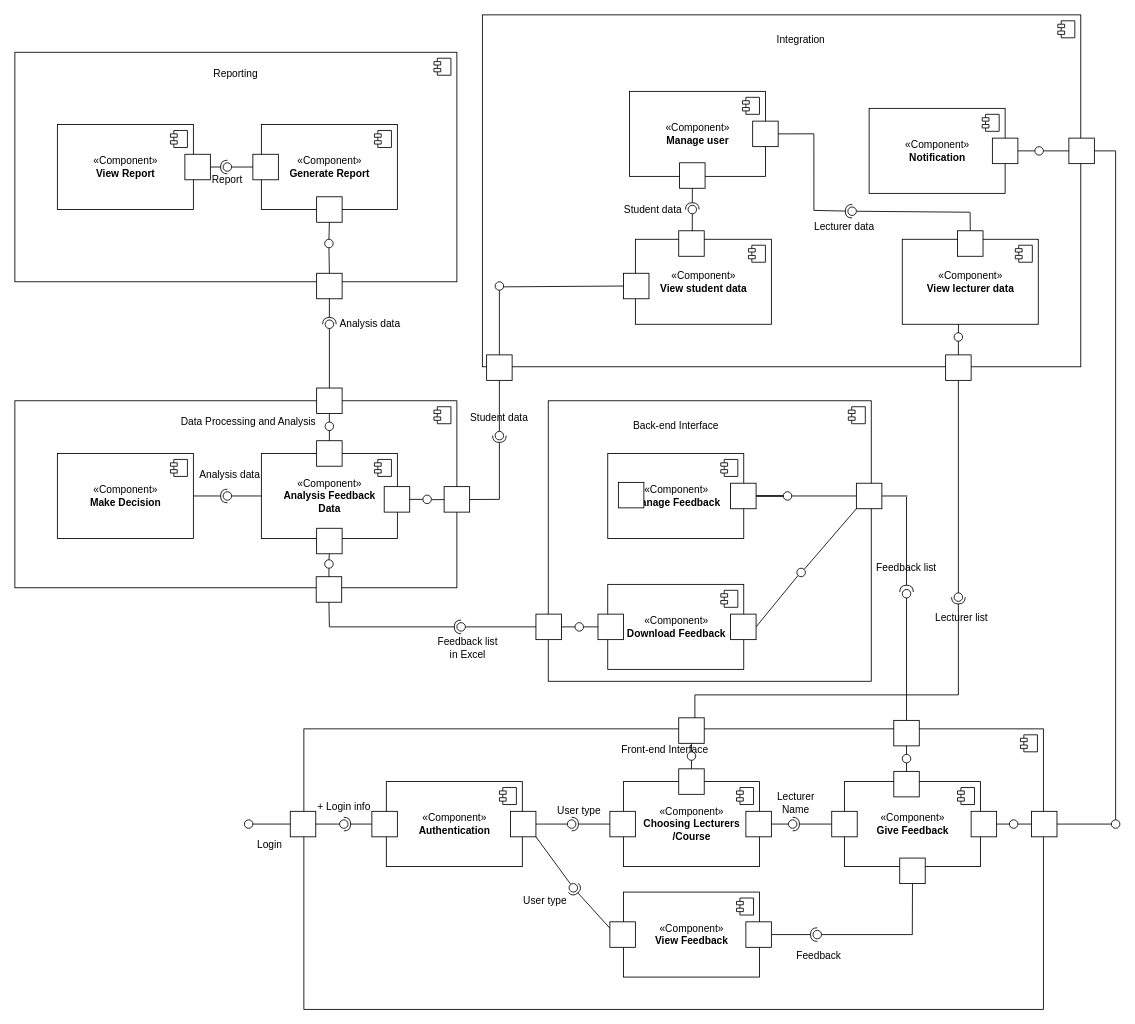
The draw.io diagram project/drawio/limapuluh/SDD - CD(new).drawio in drshahizan/software-engineering, before the edit. Source tidied: cells renumbered, new cells numbered last; positions are measured from the earlier drawing's top-left corner, leaving out a move shared by most shapes. Both pictures are drawn from the tidied source at 85%, with x=0, y=0 at pixel (14, 14).
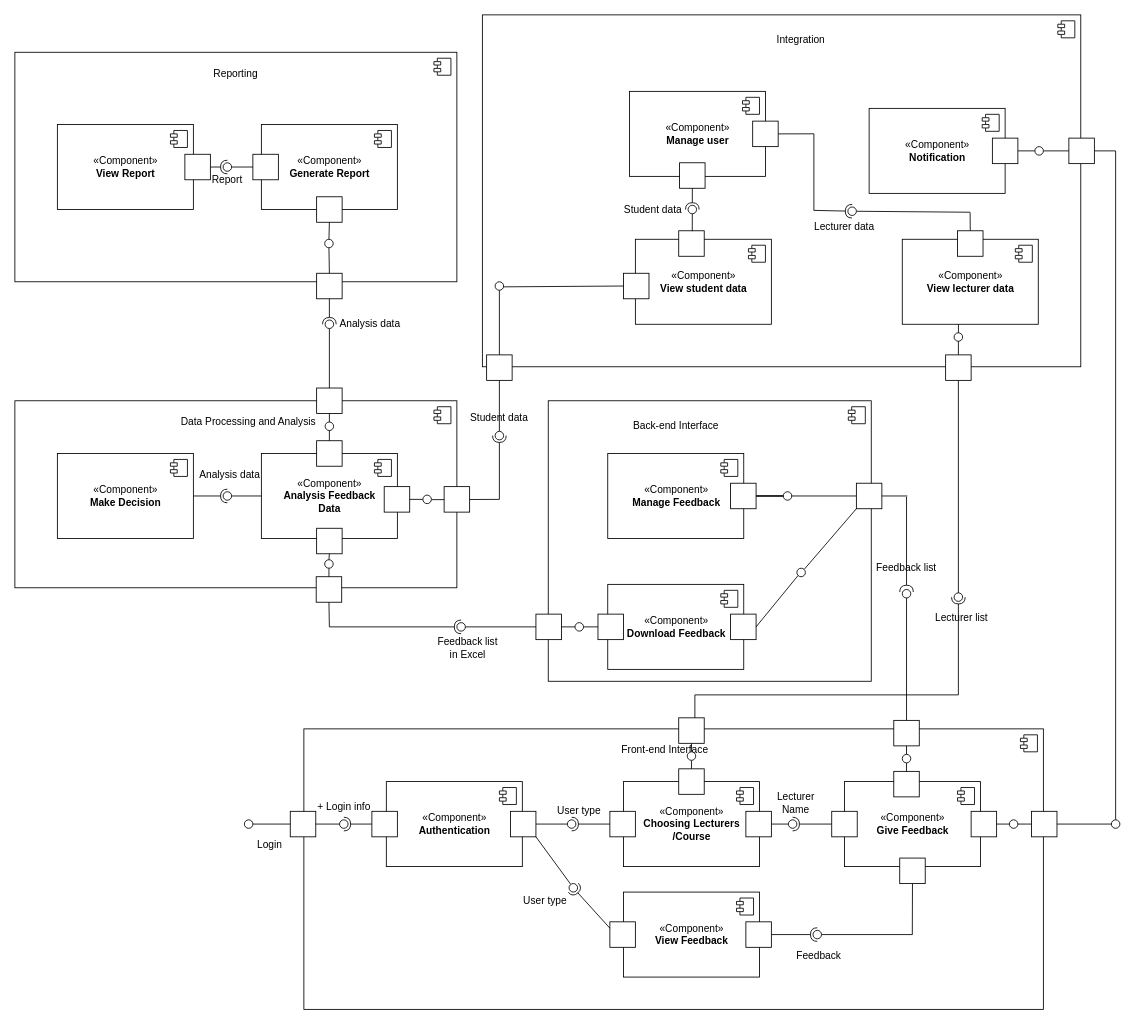
After the change.

What changed in the source:
```diff
@@
-    <mxCell id="168" style="whiteSpace=wrap;html=1;" parent="1" vertex="1">
-      <mxGeometry x="710" y="550" width="30" height="30" as="geometry" />
-    </mxCell>
```
